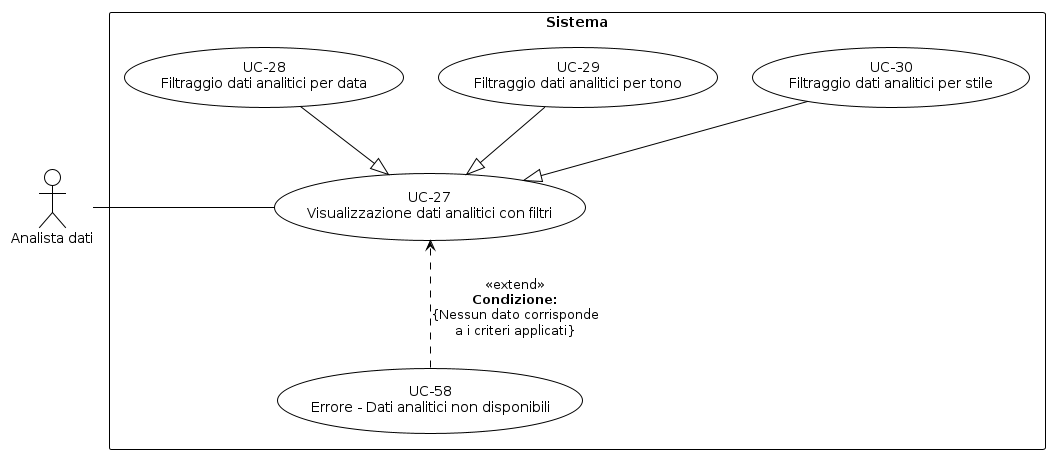
aLittleByte-19/Documentazione keeps this PlantUML diagram as RTB/Analisi dei Requisiti/diagrammi_use_case/UC-27.png. Above is the earlier version.
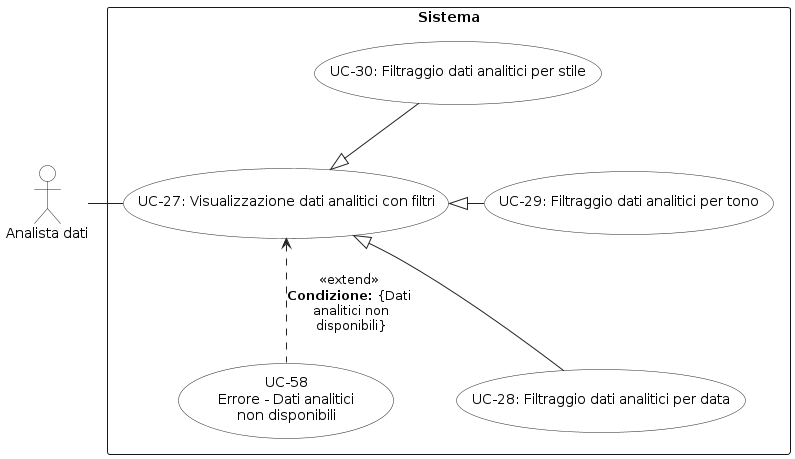
Above is the later version.

Diff of the diagram source:
```diff
@@ -1,36 +1,42 @@
 @startuml
-!theme plain
+skinparam shadowing false
+skinparam backgroundColor white
+skinparam packageStyle rectangle
+
 skinparam usecase {
-  BackgroundColor white
-  BorderColor black
+BorderColor #222222
+BackgroundColor white
+ArrowColor #222222
 }
 skinparam actor {
-  BackgroundColor white
-  BorderColor black
+BorderColor #222222
+BackgroundColor white
+ArrowColor #222222
 }
-skinparam rectangle {
-  BackgroundColor white
-  BorderColor black
-}
-top to bottom direction
 
-actor "Analista dati" as A
+actor "Analista dati" as AD
 
 rectangle "Sistema" {
-  usecase "UC-27\nVisualizzazione dati analitici con filtri" as UC27
-  usecase "UC-28\nFiltraggio dati analitici per data" as UC28
-  usecase "UC-29\nFiltraggio dati analitici per tono" as UC29
-  usecase "UC-30\nFiltraggio dati analitici per stile" as UC30
-  usecase "UC-58\nErrore - Dati analitici non disponibili" as UC58
+usecase "UC-27: Visualizzazione dati analitici con filtri" as UC26
 
-  A - UC27
+usecase "UC-28: Filtraggio dati analitici per data" as UC263
+usecase "UC-29: Filtraggio dati analitici per tono" as UC262
+usecase "UC-30: Filtraggio dati analitici per stile" as UC261
 
-  UC28 --|> UC27
-  UC29 --|> UC27
-  UC30 --|> UC27
 
-  UC27 -[hidden]d- UC58
+usecase "UC-58\nErrore - Dati analitici\nnon disponibili" as UC58
+}
 
-  UC58 ..> UC27 : <<extend>>\n**Condizione:**\n{Nessun dato corrisponde\na i criteri applicati}
-}
+AD -right- UC26
+
+UC263 -up-|> UC26
+UC262 -left-|> UC26
+UC261 -down-|> UC26
+
+
+UC58 .up.> UC26 : <<extend>>\n**Condizione:** {Dati\n analitici non\n disponibili}
+
+
+UC262 -[hidden]up- UC261
+UC262 -[hidden]down- UC263
 @enduml
```
